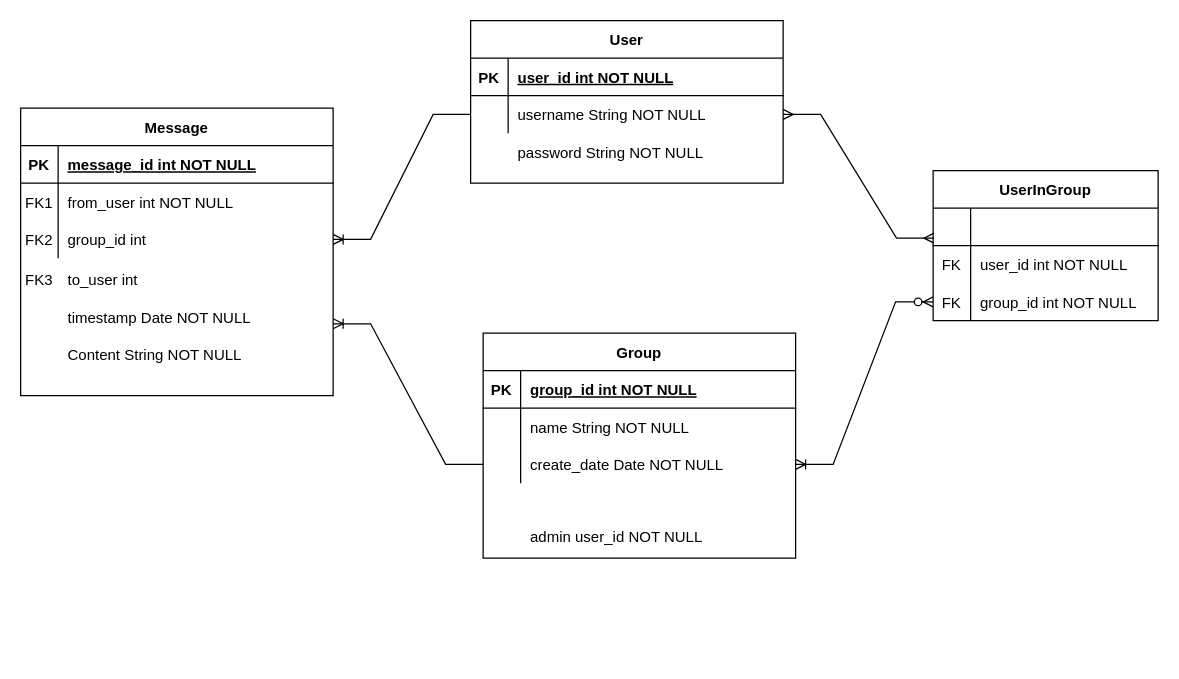
This is Physical Model.drawio from jfrank98/pd-tp, a draw.io file, before an edit. Source tidied: cells renumbered, new cells numbered last; positions are measured from the earlier drawing's top-left corner, leaving out a move shared by most shapes. Both pictures are drawn from the tidied source at 125%, with x=0, y=0 at pixel (20, 20).
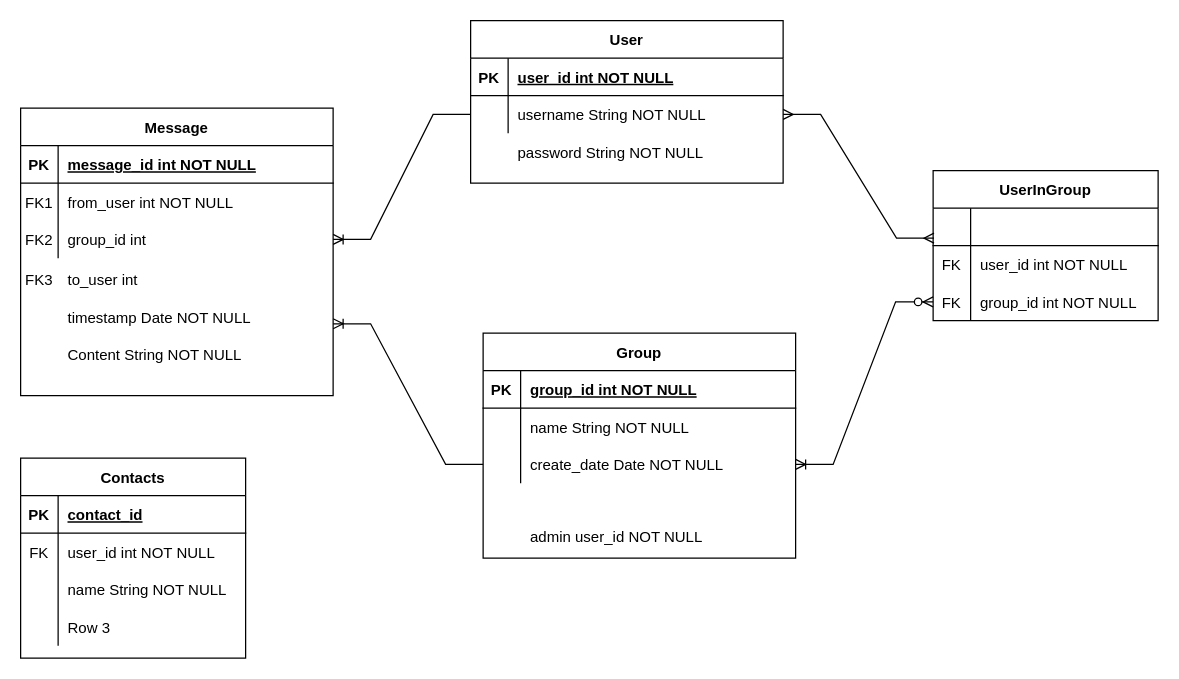
The same diagram, later.

Diff of the diagram source:
```diff
@@
+    <mxCell id="52" value="Contacts" style="shape=table;startSize=30;childLayout=tableLayout;rowLines=0;fontStyle=1;align=center;" parent="1" vertex="1">
+      <mxGeometry y="350" width="180" height="160" as="geometry" />
+    </mxCell>
+    <mxCell id="53" style="shape=partialRectangle;fillColor=none;top=0;left=0;bottom=1;right=0;" parent="52" vertex="1">
+      <mxGeometry y="30" width="180" height="30" as="geometry" />
+    </mxCell>
+    <mxCell id="54" value="PK" style="shape=partialRectangle;fillColor=none;top=0;left=0;bottom=0;right=0;fontStyle=1;overflow=hidden;" parent="53" vertex="1">
+      <mxGeometry width="30" height="30" as="geometry" />
+    </mxCell>
+    <mxCell id="55" value="contact_id" style="shape=partialRectangle;fillColor=none;top=0;left=0;bottom=0;right=0;align=left;spacingLeft=6;fontStyle=5;overflow=hidden;" parent="53" vertex="1">
+      <mxGeometry x="30" width="150" height="30" as="geometry" />
+    </mxCell>
+    <mxCell id="56" style="shape=partialRectangle;fillColor=none;top=0;left=0;bottom=0;right=0;" parent="52" vertex="1">
+      <mxGeometry y="60" width="180" height="30" as="geometry" />
+    </mxCell>
+    <mxCell id="57" value="FK" style="shape=partialRectangle;fillColor=none;top=0;left=0;bottom=0;right=0;overflow=hidden;" parent="56" vertex="1">
+      <mxGeometry width="30" height="30" as="geometry" />
+    </mxCell>
+    <mxCell id="58" value="user_id int NOT NULL" style="shape=partialRectangle;fillColor=none;top=0;left=0;bottom=0;right=0;align=left;spacingLeft=6;overflow=hidden;" parent="56" vertex="1">
+      <mxGeometry x="30" width="150" height="30" as="geometry" />
+    </mxCell>
+    <mxCell id="59" style="shape=partialRectangle;fillColor=none;top=0;left=0;bottom=0;right=0;" parent="52" vertex="1">
+      <mxGeometry y="90" width="180" height="30" as="geometry" />
+    </mxCell>
+    <mxCell id="60" style="shape=partialRectangle;fillColor=none;top=0;left=0;bottom=0;right=0;overflow=hidden;" parent="59" vertex="1">
+      <mxGeometry width="30" height="30" as="geometry" />
+    </mxCell>
+    <mxCell id="61" value="name String NOT NULL" style="shape=partialRectangle;fillColor=none;top=0;left=0;bottom=0;right=0;align=left;spacingLeft=6;overflow=hidden;" parent="59" vertex="1">
+      <mxGeometry x="30" width="150" height="30" as="geometry" />
+    </mxCell>
+    <mxCell id="62" style="shape=partialRectangle;fillColor=none;top=0;left=0;bottom=0;right=0;" parent="52" vertex="1">
+      <mxGeometry y="120" width="180" height="30" as="geometry" />
+    </mxCell>
+    <mxCell id="63" style="shape=partialRectangle;fillColor=none;top=0;left=0;bottom=0;right=0;overflow=hidden;" parent="62" vertex="1">
+      <mxGeometry width="30" height="30" as="geometry" />
+    </mxCell>
+    <mxCell id="64" value="Row 3" style="shape=partialRectangle;fillColor=none;top=0;left=0;bottom=0;right=0;align=left;spacingLeft=6;overflow=hidden;" parent="62" vertex="1">
+      <mxGeometry x="30" width="150" height="30" as="geometry" />
+    </mxCell>
```
